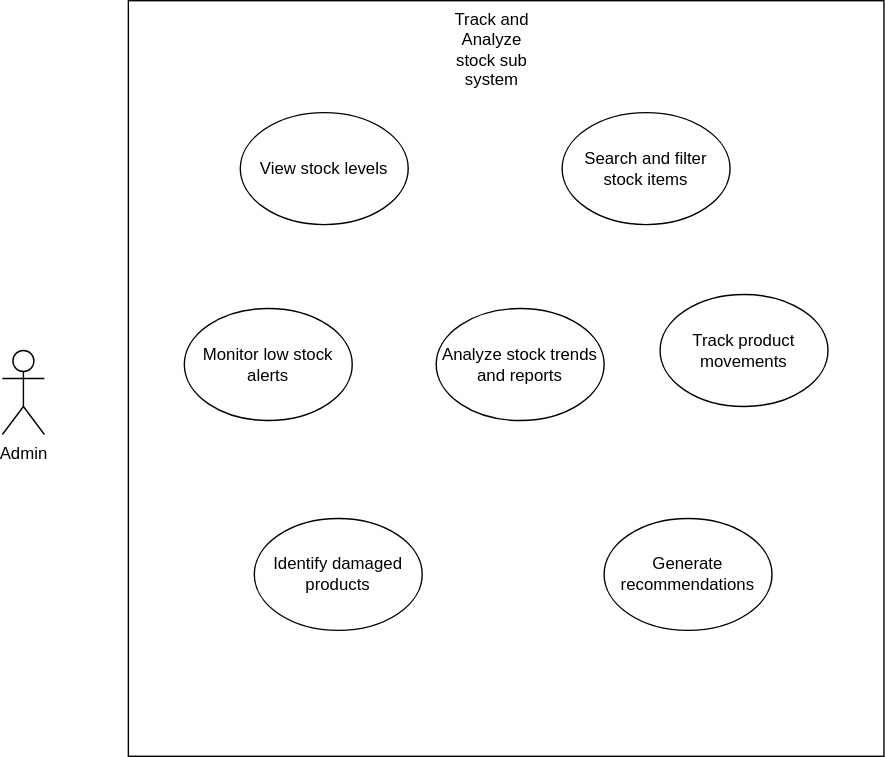
The draw.io diagram usecase.svg in Simamkele88/IFM3_GP, before a commit. Source tidied: cells renumbered, new cells last; positions are measured from the earlier drawing's top-left corner, leaving out a move shared by most shapes.
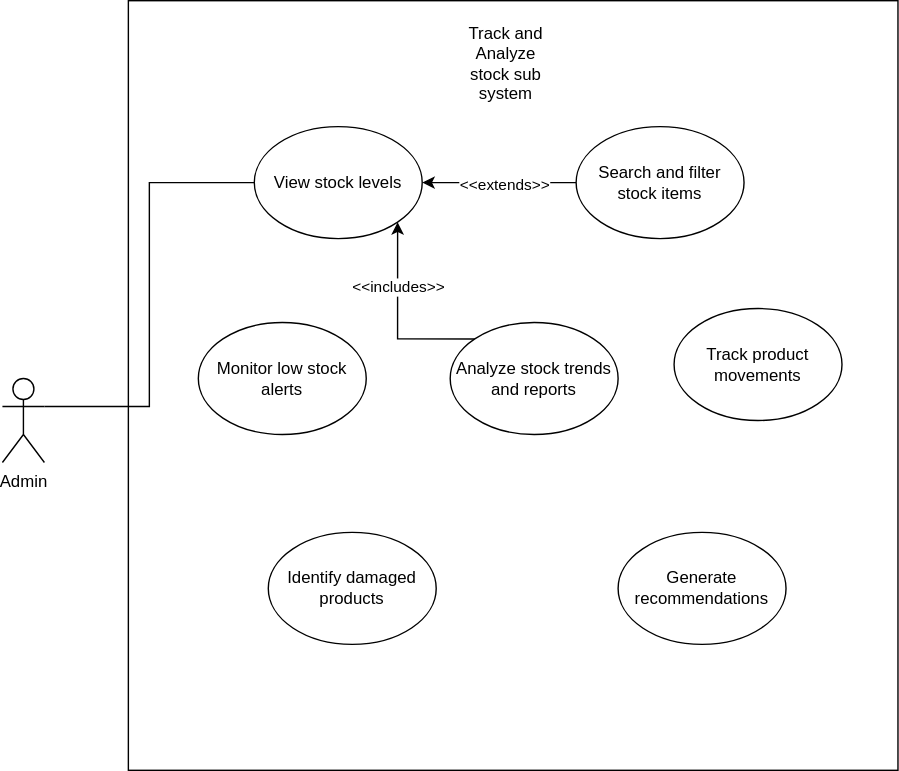
Above is the later version.

The edit, as a diff of the source:
```diff
@@ -3,14 +3,23 @@
     <mxCell id="0" />
     <mxCell id="1" parent="0" />
     <mxCell id="2" style="whiteSpace=wrap;html=1;" parent="1" vertex="1">
-      <mxGeometry x="90" width="540" height="540" as="geometry" />
+      <mxGeometry x="80" y="-10" width="550" height="550" as="geometry" />
     </mxCell>
+    <mxCell id="12" style="edgeStyle=orthogonalEdgeStyle;rounded=0;jettySize=auto;html=1;exitX=1;exitY=0.3333333333333333;exitDx=0;exitDy=0;exitPerimeter=0;entryX=0;entryY=0.5;entryDx=0;entryDy=0;endArrow=none;startFill=0;" parent="1" edge="1" source="3" target="4">
+      <mxGeometry relative="1" as="geometry" />
+    </mxCell>
     <mxCell id="3" value="Admin" style="shape=umlActor;verticalLabelPosition=bottom;verticalAlign=top;html=1;outlineConnect=0;" parent="1" vertex="1">
-      <mxGeometry y="250" width="30" height="60" as="geometry" />
+      <mxGeometry x="-10" y="260" width="30" height="60" as="geometry" />
     </mxCell>
     <mxCell id="4" value="View stock levels" style="ellipse;whiteSpace=wrap;html=1;" parent="1" vertex="1">
       <mxGeometry x="170" y="80" width="120" height="80" as="geometry" />
     </mxCell>
+    <mxCell id="13" style="edgeStyle=orthogonalEdgeStyle;rounded=0;jettySize=auto;html=1;exitX=0;exitY=0.5;exitDx=0;exitDy=0;entryX=1;entryY=0.5;entryDx=0;entryDy=0;" parent="1" edge="1" source="5" target="4">
+      <mxGeometry relative="1" as="geometry" />
+    </mxCell>
+    <mxCell id="14" value="&amp;lt;&amp;lt;extends&amp;gt;&amp;gt;" style="edgeLabel;html=1;align=center;verticalAlign=middle;" parent="13" vertex="1">
+      <mxGeometry x="-0.05" y="1" relative="1" as="geometry" />
+    </mxCell>
     <mxCell id="5" value="Search and filter stock items" style="ellipse;whiteSpace=wrap;html=1;" parent="1" vertex="1">
       <mxGeometry x="400" y="80" width="120" height="80" as="geometry" />
     </mxCell>
@@ -29,6 +38,12 @@
     <mxCell id="10" value="&lt;div&gt;Track and Analyze stock sub system&lt;/div&gt;" style="text;html=1;align=center;verticalAlign=middle;whiteSpace=wrap;rounded=0;" parent="1" vertex="1">
       <mxGeometry x="320" y="20" width="60" height="30" as="geometry" />
     </mxCell>
+    <mxCell id="15" style="edgeStyle=orthogonalEdgeStyle;rounded=0;jettySize=auto;html=1;exitX=0;exitY=0;exitDx=0;exitDy=0;entryX=1;entryY=1;entryDx=0;entryDy=0;" parent="1" edge="1" source="11" target="4">
+      <mxGeometry relative="1" as="geometry" />
+    </mxCell>
+    <mxCell id="16" value="&amp;lt;&amp;lt;includes&amp;gt;&amp;gt;" style="edgeLabel;html=1;align=center;verticalAlign=middle;" parent="15" vertex="1">
+      <mxGeometry x="0.33" relative="1" as="geometry" />
+    </mxCell>
     <mxCell id="11" value="Analyze stock trends and reports" style="ellipse;whiteSpace=wrap;html=1;" parent="1" vertex="1">
       <mxGeometry x="310" y="220" width="120" height="80" as="geometry" />
     </mxCell>
```
